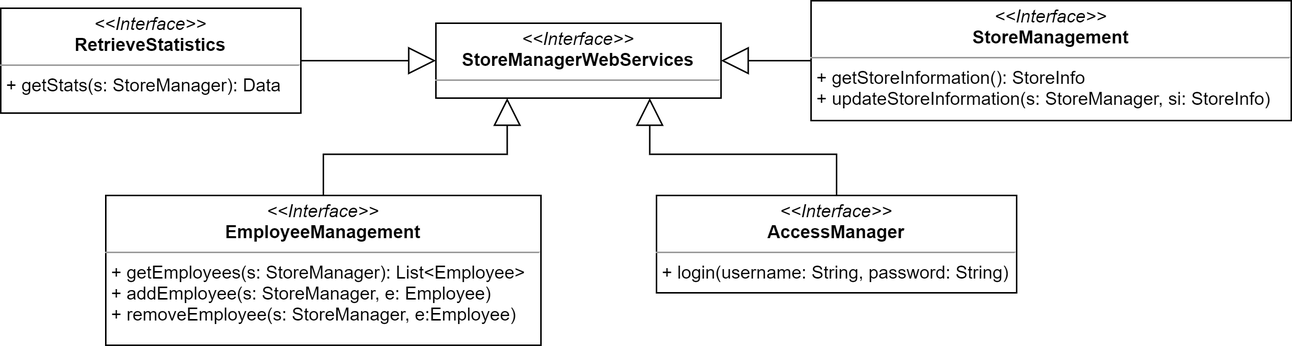
marcoDige/CLup keeps this draw.io diagram as DDworkspace/LaTeXproject/images/storeM_web_services_interfaces.png. Above is the earlier version. Source tidied: cells renumbered, new cells last; positions are measured from the earlier drawing's top-left corner, leaving out a move shared by most shapes. The source it was exported from:
```xml
<mxGraphModel>
  <root>
    <mxCell id="0" />
    <mxCell id="1" parent="0" />
    <mxCell id="2" value="&lt;p style=&quot;margin: 0px ; margin-top: 4px ; text-align: center&quot;&gt;&lt;i&gt;&amp;lt;&amp;lt;Interface&amp;gt;&amp;gt;&lt;/i&gt;&lt;br&gt;&lt;b&gt;StoreManagerWebServices&lt;/b&gt;&lt;/p&gt;&lt;hr size=&quot;1&quot;&gt;&lt;p style=&quot;margin: 0px ; margin-left: 4px&quot;&gt;&lt;br&gt;&lt;/p&gt;&lt;p style=&quot;margin: 0px ; margin-left: 4px&quot;&gt;&lt;br&gt;&lt;/p&gt;" style="verticalAlign=top;align=left;overflow=fill;fontSize=12;fontFamily=Helvetica;html=1;" parent="1" vertex="1">
      <mxGeometry x="290" y="15" width="190" height="50" as="geometry" />
    </mxCell>
    <mxCell id="3" style="edgeStyle=orthogonalEdgeStyle;rounded=0;jettySize=auto;html=1;exitX=1;exitY=0.5;exitDx=0;exitDy=0;entryX=0;entryY=0.5;entryDx=0;entryDy=0;endArrow=block;endFill=0;endSize=16;" parent="1" edge="1" source="4" target="2">
      <mxGeometry relative="1" as="geometry" />
    </mxCell>
    <mxCell id="4" value="&lt;p style=&quot;margin: 0px ; margin-top: 4px ; text-align: center&quot;&gt;&lt;i&gt;&amp;lt;&amp;lt;Interface&amp;gt;&amp;gt;&lt;/i&gt;&lt;br&gt;&lt;b&gt;RetrieveStatistics&lt;/b&gt;&lt;/p&gt;&lt;hr size=&quot;1&quot;&gt;&lt;p style=&quot;margin: 0px ; margin-left: 4px&quot;&gt;+&amp;nbsp;getStats(s: StoreManager): Data&lt;/p&gt;&lt;p style=&quot;margin: 0px ; margin-left: 4px&quot;&gt;&lt;br&gt;&lt;/p&gt;" style="verticalAlign=top;align=left;overflow=fill;fontSize=12;fontFamily=Helvetica;html=1;" parent="1" vertex="1">
      <mxGeometry y="5" width="200" height="70" as="geometry" />
    </mxCell>
    <mxCell id="5" style="edgeStyle=orthogonalEdgeStyle;rounded=0;jettySize=auto;html=1;exitX=0;exitY=0.5;exitDx=0;exitDy=0;entryX=1;entryY=0.5;entryDx=0;entryDy=0;endArrow=block;endFill=0;endSize=16;" parent="1" edge="1" source="6" target="2">
      <mxGeometry relative="1" as="geometry" />
    </mxCell>
    <mxCell id="6" value="&lt;p style=&quot;margin: 0px ; margin-top: 4px ; text-align: center&quot;&gt;&lt;i&gt;&amp;lt;&amp;lt;Interface&amp;gt;&amp;gt;&lt;/i&gt;&lt;br&gt;&lt;b&gt;StoreManagement&lt;/b&gt;&lt;/p&gt;&lt;hr size=&quot;1&quot;&gt;&lt;p style=&quot;margin: 0px ; margin-left: 4px&quot;&gt;+&amp;nbsp;getStoreInformation(): StoreInfo&lt;/p&gt;&lt;p style=&quot;margin: 0px ; margin-left: 4px&quot;&gt;+&amp;nbsp;updateStoreInformation(s: StoreManager, si: StoreInfo)&lt;/p&gt;&lt;p style=&quot;margin: 0px ; margin-left: 4px&quot;&gt;&lt;br&gt;&lt;/p&gt;" style="verticalAlign=top;align=left;overflow=fill;fontSize=12;fontFamily=Helvetica;html=1;" parent="1" vertex="1">
      <mxGeometry x="540" width="320" height="80" as="geometry" />
    </mxCell>
    <mxCell id="7" style="edgeStyle=orthogonalEdgeStyle;rounded=0;jettySize=auto;html=1;exitX=0.5;exitY=0;exitDx=0;exitDy=0;entryX=0.25;entryY=1;entryDx=0;entryDy=0;endSize=16;endArrow=block;endFill=0;" parent="1" edge="1" source="8" target="2">
      <mxGeometry relative="1" as="geometry" />
    </mxCell>
    <mxCell id="8" value="&lt;p style=&quot;margin: 0px ; margin-top: 4px ; text-align: center&quot;&gt;&lt;i&gt;&amp;lt;&amp;lt;Interface&amp;gt;&amp;gt;&lt;/i&gt;&lt;br&gt;&lt;b&gt;EmployeeManagement&lt;/b&gt;&lt;/p&gt;&lt;hr size=&quot;1&quot;&gt;&lt;p style=&quot;margin: 0px ; margin-left: 4px&quot;&gt;+&amp;nbsp;getEmployees(s: StoreManager): List&amp;lt;Employee&amp;gt;&lt;/p&gt;&lt;p style=&quot;margin: 0px ; margin-left: 4px&quot;&gt;+&amp;nbsp;addEmployee(s: StoreManager, e: Employee)&lt;/p&gt;&lt;p style=&quot;margin: 0px ; margin-left: 4px&quot;&gt;+&amp;nbsp;removeEmployee(s: StoreManager, e:Employee)&lt;/p&gt;" style="verticalAlign=top;align=left;overflow=fill;fontSize=12;fontFamily=Helvetica;html=1;" parent="1" vertex="1">
      <mxGeometry x="70" y="130" width="290" height="100" as="geometry" />
    </mxCell>
    <mxCell id="9" style="edgeStyle=orthogonalEdgeStyle;rounded=0;jettySize=auto;html=1;exitX=0.5;exitY=0;exitDx=0;exitDy=0;entryX=0.75;entryY=1;entryDx=0;entryDy=0;endArrow=block;endFill=0;endSize=16;" parent="1" edge="1" source="10" target="2">
      <mxGeometry relative="1" as="geometry" />
    </mxCell>
    <mxCell id="10" value="&lt;p style=&quot;margin: 0px ; margin-top: 4px ; text-align: center&quot;&gt;&lt;i&gt;&amp;lt;&amp;lt;Interface&amp;gt;&amp;gt;&lt;/i&gt;&lt;br&gt;&lt;b&gt;AccessManager&lt;/b&gt;&lt;/p&gt;&lt;hr size=&quot;1&quot;&gt;&lt;p style=&quot;margin: 0px ; margin-left: 4px&quot;&gt;+&amp;nbsp;login(username: String, password: String)&lt;/p&gt;&lt;p style=&quot;margin: 0px ; margin-left: 4px&quot;&gt;&lt;br&gt;&lt;/p&gt;" style="verticalAlign=top;align=left;overflow=fill;fontSize=12;fontFamily=Helvetica;html=1;" parent="1" vertex="1">
      <mxGeometry x="437" y="130" width="240" height="65" as="geometry" />
    </mxCell>
  </root>
</mxGraphModel>
```
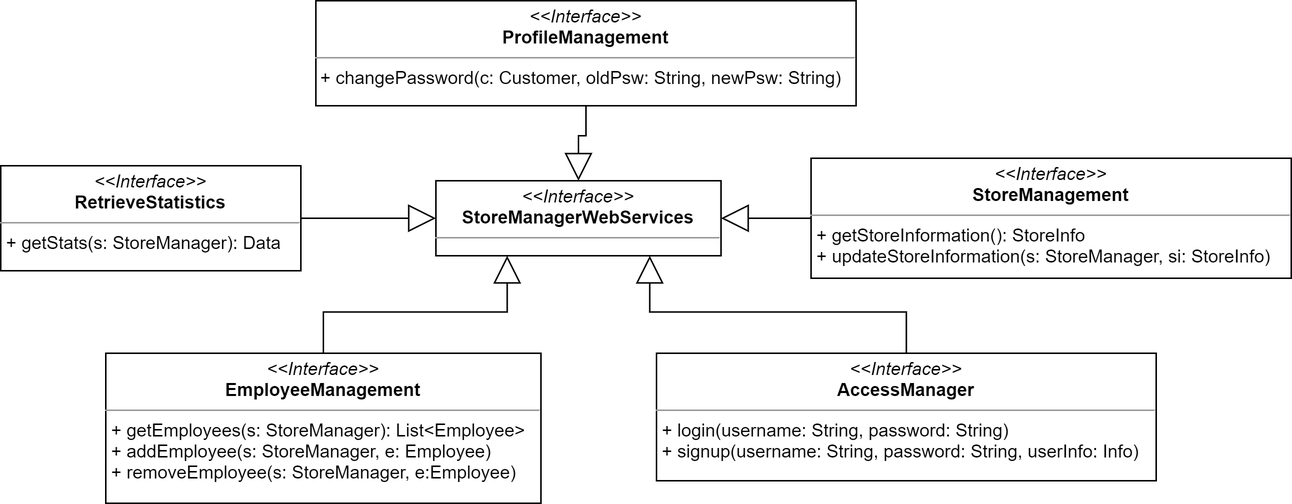
The same diagram one commit later.

Diff of the diagram source:
```diff
@@ -2,6 +2,9 @@
   <root>
     <mxCell id="0" />
     <mxCell id="1" parent="0" />
+    <mxCell id="11" style="edgeStyle=orthogonalEdgeStyle;rounded=0;jettySize=auto;html=1;startSize=16;endArrow=none;endFill=0;endSize=6;startArrow=block;startFill=0;" parent="1" edge="1" source="2" target="12">
+      <mxGeometry relative="1" as="geometry" />
+    </mxCell>
     <mxCell id="2" value="&lt;p style=&quot;margin: 0px ; margin-top: 4px ; text-align: center&quot;&gt;&lt;i&gt;&amp;lt;&amp;lt;Interface&amp;gt;&amp;gt;&lt;/i&gt;&lt;br&gt;&lt;b&gt;StoreManagerWebServices&lt;/b&gt;&lt;/p&gt;&lt;hr size=&quot;1&quot;&gt;&lt;p style=&quot;margin: 0px ; margin-left: 4px&quot;&gt;&lt;br&gt;&lt;/p&gt;&lt;p style=&quot;margin: 0px ; margin-left: 4px&quot;&gt;&lt;br&gt;&lt;/p&gt;" style="verticalAlign=top;align=left;overflow=fill;fontSize=12;fontFamily=Helvetica;html=1;" parent="1" vertex="1">
       <mxGeometry x="290" y="15" width="190" height="50" as="geometry" />
     </mxCell>
@@ -26,8 +29,11 @@
     <mxCell id="9" style="edgeStyle=orthogonalEdgeStyle;rounded=0;jettySize=auto;html=1;exitX=0.5;exitY=0;exitDx=0;exitDy=0;entryX=0.75;entryY=1;entryDx=0;entryDy=0;endArrow=block;endFill=0;endSize=16;" parent="1" edge="1" source="10" target="2">
       <mxGeometry relative="1" as="geometry" />
     </mxCell>
-    <mxCell id="10" value="&lt;p style=&quot;margin: 0px ; margin-top: 4px ; text-align: center&quot;&gt;&lt;i&gt;&amp;lt;&amp;lt;Interface&amp;gt;&amp;gt;&lt;/i&gt;&lt;br&gt;&lt;b&gt;AccessManager&lt;/b&gt;&lt;/p&gt;&lt;hr size=&quot;1&quot;&gt;&lt;p style=&quot;margin: 0px ; margin-left: 4px&quot;&gt;+&amp;nbsp;login(username: String, password: String)&lt;/p&gt;&lt;p style=&quot;margin: 0px ; margin-left: 4px&quot;&gt;&lt;br&gt;&lt;/p&gt;" style="verticalAlign=top;align=left;overflow=fill;fontSize=12;fontFamily=Helvetica;html=1;" parent="1" vertex="1">
-      <mxGeometry x="437" y="130" width="240" height="65" as="geometry" />
+    <mxCell id="10" value="&lt;p style=&quot;margin: 0px ; margin-top: 4px ; text-align: center&quot;&gt;&lt;i&gt;&amp;lt;&amp;lt;Interface&amp;gt;&amp;gt;&lt;/i&gt;&lt;br&gt;&lt;b&gt;AccessManager&lt;/b&gt;&lt;/p&gt;&lt;hr size=&quot;1&quot;&gt;&lt;p style=&quot;margin: 0px ; margin-left: 4px&quot;&gt;+&amp;nbsp;login(username: String, password: String)&lt;/p&gt;&lt;p style=&quot;margin: 0px ; margin-left: 4px&quot;&gt;+ signup(username: String, password: String, userInfo: Info)&lt;br&gt;&lt;/p&gt;&lt;p style=&quot;margin: 0px ; margin-left: 4px&quot;&gt;&lt;br&gt;&lt;/p&gt;" style="verticalAlign=top;align=left;overflow=fill;fontSize=12;fontFamily=Helvetica;html=1;" parent="1" vertex="1">
+      <mxGeometry x="437" y="130" width="333" height="85" as="geometry" />
     </mxCell>
+    <mxCell id="12" value="&lt;p style=&quot;margin: 0px ; margin-top: 4px ; text-align: center&quot;&gt;&lt;i&gt;&amp;lt;&amp;lt;Interface&amp;gt;&amp;gt;&lt;/i&gt;&lt;br&gt;&lt;b&gt;ProfileManagement&lt;/b&gt;&lt;/p&gt;&lt;hr size=&quot;1&quot;&gt;&lt;p style=&quot;margin: 0px ; margin-left: 4px&quot;&gt;&lt;/p&gt;&amp;nbsp;+ changePassword(c: Customer, oldPsw: String, newPsw: String)" style="verticalAlign=top;align=left;overflow=fill;fontSize=12;fontFamily=Helvetica;html=1;" parent="1" vertex="1">
+      <mxGeometry x="210" y="-105" width="360" height="70" as="geometry" />
+    </mxCell>
   </root>
 </mxGraphModel>
```
